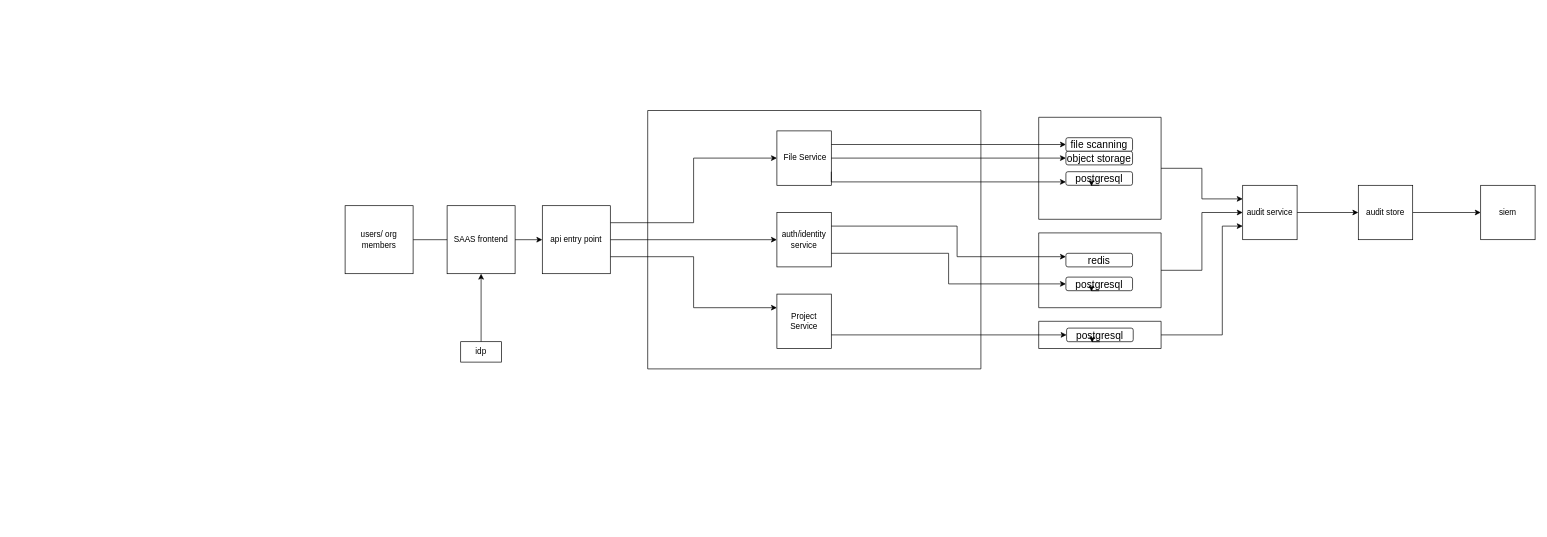
0xn3by/security-architecture keeps this draw.io diagram as multi-tenant-saas-security-architecture/diagrams/security-architecture.drawio. Above is the earlier version. Source tidied: cells renumbered, new cells numbered last; positions are measured from the earlier drawing's top-left corner, leaving out a move shared by most shapes. Both pictures are drawn from the tidied source at 68%, with x=0, y=0 at pixel (345, 110).
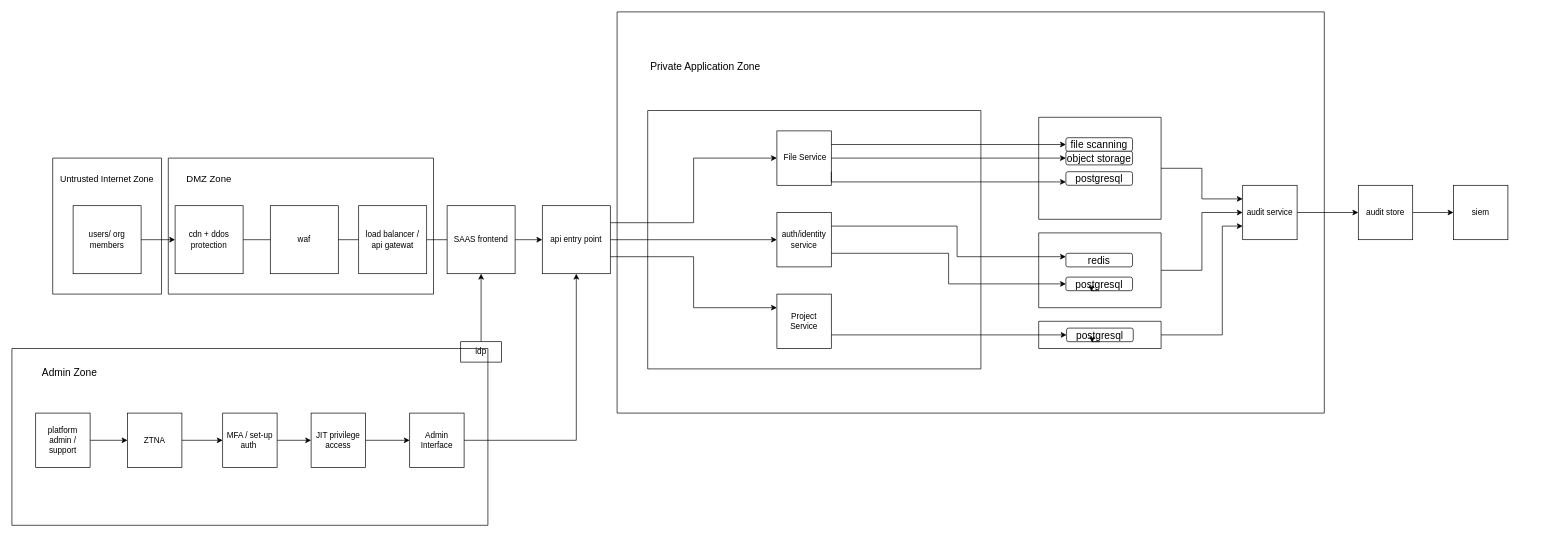
The same diagram, later.

Commit message:
Add security architecture network zones

The change refers to these unchanged cells:
```xml
<mxCell id="7" value="api entry point" style="whiteSpace=wrap;html=1;" parent="1" vertex="1">
  <mxGeometry x="290" y="140" width="100" height="100" as="geometry" />
</mxCell>
<mxCell id="19" style="swimlane;startSize=0;" parent="1" vertex="1">
  <mxGeometry x="1020" y="10" width="180" height="150" as="geometry" />
</mxCell>
<mxCell id="21" value="&lt;span style=&quot;font-size: 15px;&quot;&gt;postgresql&lt;/span&gt;" style="rounded=1;whiteSpace=wrap;html=1;" parent="19" vertex="1">
  <mxGeometry x="40" y="80" width="98" height="20" as="geometry" />
</mxCell>
```

The edit, as a diff of the source:
```diff
@@
-    <mxCell id="2" style="edgeStyle=orthogonalEdgeStyle;rounded=0;jettySize=auto;html=1;exitX=1;exitY=0.5;exitDx=0;exitDy=0;entryX=0;entryY=0.5;entryDx=0;entryDy=0;" parent="1" edge="1" source="3" target="7">
+    <mxCell id="2" style="edgeStyle=orthogonalEdgeStyle;rounded=0;jettySize=auto;html=1;exitX=1;exitY=0.5;exitDx=0;exitDy=0;entryX=0;entryY=0.5;entryDx=0;entryDy=0;" parent="1" edge="1" source="47" target="7">
       <mxGeometry relative="1" as="geometry" />
     </mxCell>
     <mxCell id="3" value="users/ org members" style="whiteSpace=wrap;html=1;" parent="1" vertex="1">
-      <mxGeometry y="140" width="100" height="100" as="geometry" />
+      <mxGeometry x="-400" y="140" width="100" height="100" as="geometry" />
     </mxCell>
@@
-    <mxCell id="22" style="edgeStyle=orthogonalEdgeStyle;rounded=0;orthogonalLoop=1;jettySize=auto;html=1;exitX=0.5;exitY=1;exitDx=0;exitDy=0;entryX=0.385;entryY=1.064;entryDx=0;entryDy=0;entryPerimeter=0;" parent="19" edge="1" source="21" target="21">
-      <mxGeometry relative="1" as="geometry" />
-    </mxCell>
@@
     <mxCell id="43" value="siem" style="whiteSpace=wrap;html=1;" parent="1" vertex="1">
-      <mxGeometry x="1670" y="110" width="80" height="80" as="geometry" />
+      <mxGeometry x="1630" y="110" width="80" height="80" as="geometry" />
     </mxCell>
+    <mxCell id="44" value="waf" style="whiteSpace=wrap;html=1;" parent="1" vertex="1">
+      <mxGeometry x="-110" y="140" width="100" height="100" as="geometry" />
+    </mxCell>
+    <mxCell id="45" value="load balancer / api gatewat" style="whiteSpace=wrap;html=1;" parent="1" vertex="1">
+      <mxGeometry x="20" y="140" width="100" height="100" as="geometry" />
+    </mxCell>
+    <mxCell id="46" style="edgeStyle=orthogonalEdgeStyle;rounded=0;jettySize=auto;html=1;exitX=1;exitY=0.5;exitDx=0;exitDy=0;entryX=0;entryY=0.5;entryDx=0;entryDy=0;" parent="1" edge="1" source="3" target="47">
+      <mxGeometry relative="1" as="geometry" />
+    </mxCell>
+    <mxCell id="47" value="cdn + ddos protection" style="whiteSpace=wrap;html=1;" parent="1" vertex="1">
+      <mxGeometry x="-250" y="140" width="100" height="100" as="geometry" />
+    </mxCell>
+    <mxCell id="48" style="swimlane;startSize=0;" parent="1" vertex="1">
+      <mxGeometry x="400" y="-145" width="1040" height="590" as="geometry" />
+    </mxCell>
+    <mxCell id="49" value="Private Application Zone" style="text;html=1;whiteSpace=wrap;strokeColor=none;fillColor=none;align=center;verticalAlign=middle;rounded=0;fontSize=15;" parent="48" vertex="1">
+      <mxGeometry x="45" y="65" width="170" height="30" as="geometry" />
+    </mxCell>
+    <mxCell id="50" style="swimlane;startSize=0;" parent="1" vertex="1">
+      <mxGeometry x="-430" y="70" width="160" height="200" as="geometry" />
+    </mxCell>
+    <mxCell id="51" value="&lt;font style=&quot;font-size: 13px;&quot;&gt;Untrusted Internet Zone&lt;/font&gt;" style="text;html=1;whiteSpace=wrap;strokeColor=none;fillColor=none;align=center;verticalAlign=middle;rounded=0;fontSize=15;" parent="50" vertex="1">
+      <mxGeometry x="10" y="15" width="140" height="30" as="geometry" />
+    </mxCell>
+    <mxCell id="52" style="swimlane;startSize=0;" parent="1" vertex="1">
+      <mxGeometry x="-260" y="70" width="390" height="200" as="geometry" />
+    </mxCell>
+    <mxCell id="53" value="&lt;font style=&quot;font-size: 14px;&quot;&gt;DMZ Zone&lt;/font&gt;" style="text;html=1;whiteSpace=wrap;strokeColor=none;fillColor=none;align=center;verticalAlign=middle;rounded=0;" parent="52" vertex="1">
+      <mxGeometry x="10" y="15" width="100" height="30" as="geometry" />
+    </mxCell>
+    <mxCell id="54" style="swimlane;startSize=0;" parent="1" vertex="1">
+      <mxGeometry x="-490" y="350" width="700" height="260" as="geometry" />
+    </mxCell>
+    <mxCell id="55" value="Admin Zone" style="text;html=1;whiteSpace=wrap;strokeColor=none;fillColor=none;align=center;verticalAlign=middle;rounded=0;fontSize=15;" parent="54" vertex="1">
+      <mxGeometry x="20" y="20" width="130" height="30" as="geometry" />
+    </mxCell>
+    <mxCell id="56" style="edgeStyle=orthogonalEdgeStyle;rounded=0;jettySize=auto;html=1;exitX=1;exitY=0.5;exitDx=0;exitDy=0;entryX=0;entryY=0.5;entryDx=0;entryDy=0;" parent="54" edge="1" source="57" target="59">
+      <mxGeometry relative="1" as="geometry" />
+    </mxCell>
+    <mxCell id="57" value="platform admin / support" style="whiteSpace=wrap;html=1;" parent="54" vertex="1">
+      <mxGeometry x="35" y="95" width="80" height="80" as="geometry" />
+    </mxCell>
+    <mxCell id="58" style="edgeStyle=orthogonalEdgeStyle;rounded=0;jettySize=auto;html=1;exitX=1;exitY=0.5;exitDx=0;exitDy=0;entryX=0;entryY=0.5;entryDx=0;entryDy=0;" parent="54" edge="1" source="59" target="61">
+      <mxGeometry relative="1" as="geometry" />
+    </mxCell>
+    <mxCell id="59" value="ZTNA" style="whiteSpace=wrap;html=1;" parent="54" vertex="1">
+      <mxGeometry x="170" y="95" width="80" height="80" as="geometry" />
+    </mxCell>
+    <mxCell id="60" style="edgeStyle=orthogonalEdgeStyle;rounded=0;jettySize=auto;html=1;exitX=1;exitY=0.5;exitDx=0;exitDy=0;entryX=0;entryY=0.5;entryDx=0;entryDy=0;" parent="54" edge="1" source="61" target="63">
+      <mxGeometry relative="1" as="geometry" />
+    </mxCell>
+    <mxCell id="61" value="MFA / set-up auth&amp;nbsp;" style="whiteSpace=wrap;html=1;" parent="54" vertex="1">
+      <mxGeometry x="310" y="95" width="80" height="80" as="geometry" />
+    </mxCell>
+    <mxCell id="62" style="edgeStyle=orthogonalEdgeStyle;rounded=0;jettySize=auto;html=1;exitX=1;exitY=0.5;exitDx=0;exitDy=0;" parent="54" edge="1" source="63" target="64">
+      <mxGeometry relative="1" as="geometry" />
+    </mxCell>
+    <mxCell id="63" value="JIT privilege access" style="whiteSpace=wrap;html=1;" parent="54" vertex="1">
+      <mxGeometry x="440" y="95" width="80" height="80" as="geometry" />
+    </mxCell>
+    <mxCell id="64" value="Admin Interface" style="whiteSpace=wrap;html=1;" parent="54" vertex="1">
+      <mxGeometry x="585" y="95" width="80" height="80" as="geometry" />
+    </mxCell>
+    <mxCell id="65" style="edgeStyle=orthogonalEdgeStyle;rounded=0;jettySize=auto;html=1;exitX=1;exitY=0.5;exitDx=0;exitDy=0;entryX=0.5;entryY=1;entryDx=0;entryDy=0;" parent="1" edge="1" source="64" target="7">
+      <mxGeometry relative="1" as="geometry" />
+    </mxCell>
```
